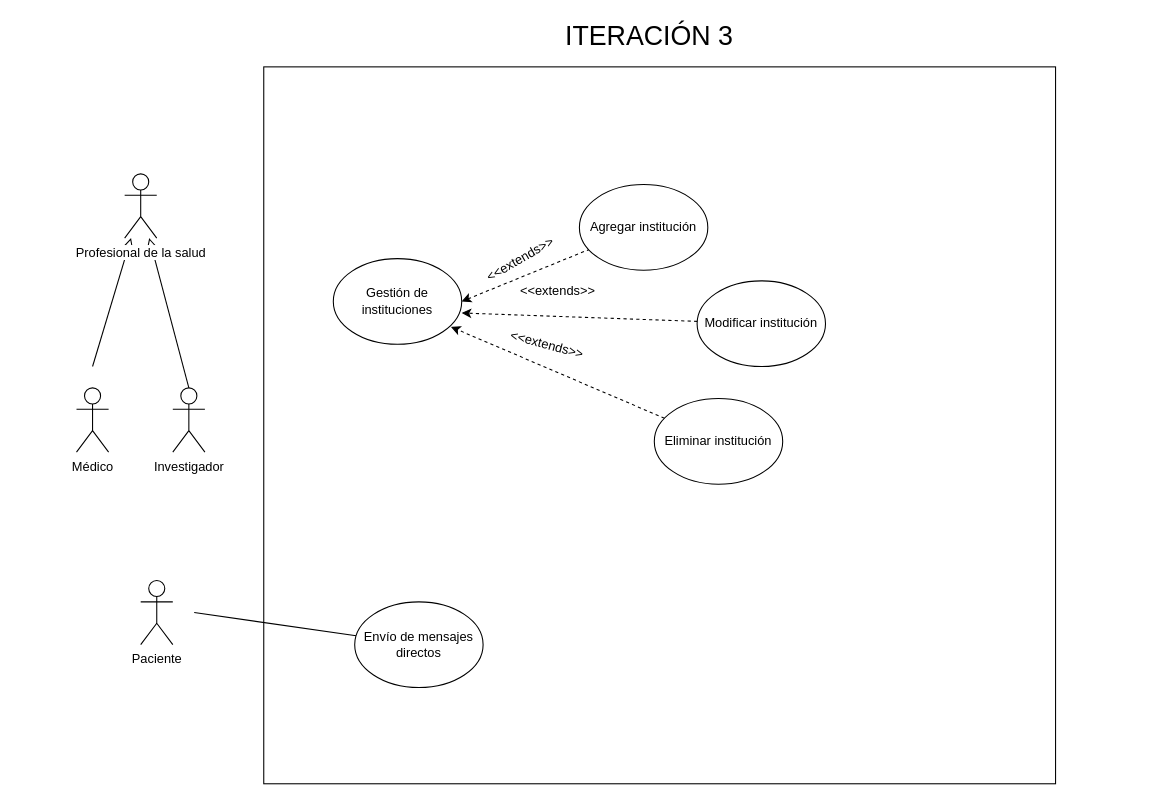
Above: MET/CU-IT3.drawio in NeutronBlast/IS-Ex (draw.io), before the change. Source tidied: cells renumbered, new cells numbered last; positions are measured from the earlier drawing's top-left corner, leaving out a move shared by most shapes. Both pictures are drawn from the tidied source at 107%, with x=0, y=0 at pixel (76, 24).
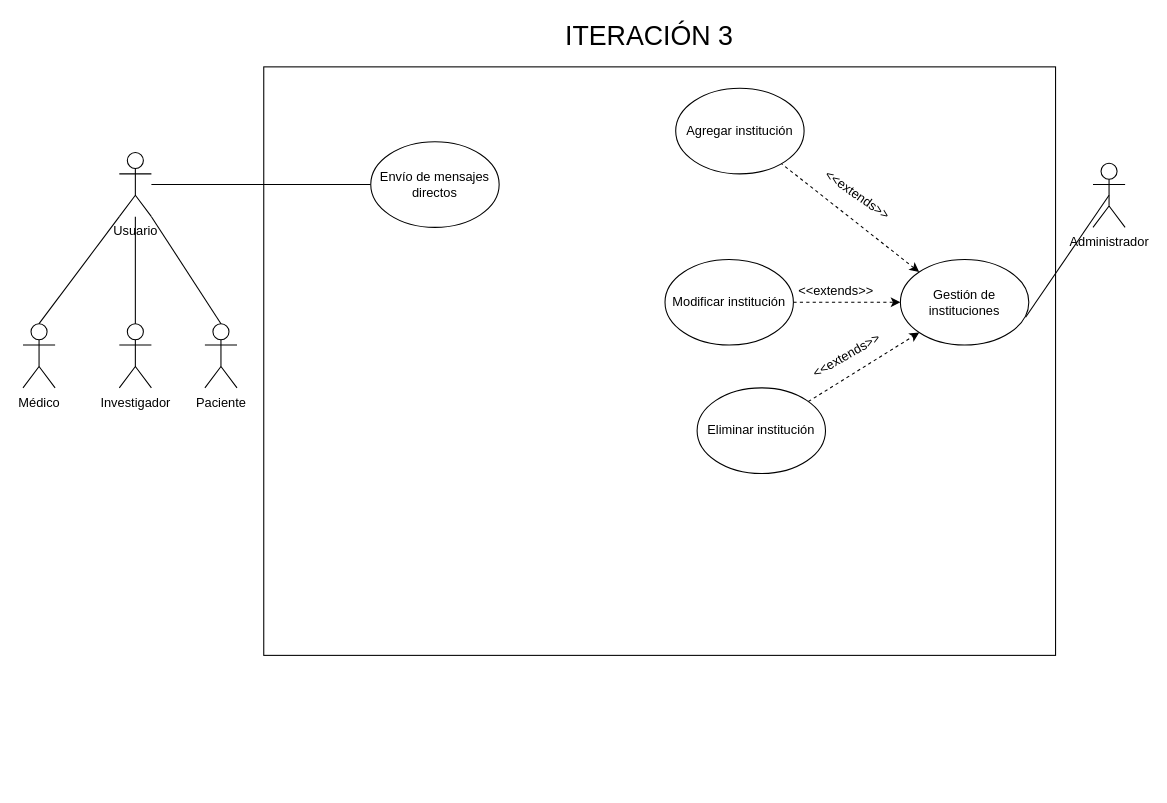
The same page after the edit.

Change to the diagram source:
```diff
@@
     <mxCell id="2" style="whiteSpace=wrap;html=1;" parent="1" vertex="1">
-      <mxGeometry x="175" y="40" width="740" height="670" as="geometry" />
+      <mxGeometry x="175" y="40" width="740" height="550" as="geometry" />
     </mxCell>
@@
-    <mxCell id="4" value="Médico" style="shape=umlActor;verticalLabelPosition=bottom;labelBackgroundColor=#ffffff;verticalAlign=top;html=1;outlineConnect=0;" parent="1" vertex="1">
-      <mxGeometry y="340" width="30" height="60" as="geometry" />
-    </mxCell>
-    <mxCell id="5" style="edgeStyle=none;rounded=0;jettySize=auto;html=1;exitX=0.5;exitY=0;exitDx=0;exitDy=0;exitPerimeter=0;startArrow=none;startFill=0;endArrow=block;endFill=0;" parent="1" edge="1" source="6" target="8">
-      <mxGeometry relative="1" as="geometry" />
-    </mxCell>
-    <mxCell id="6" value="Investigador" style="shape=umlActor;verticalLabelPosition=bottom;labelBackgroundColor=#ffffff;verticalAlign=top;html=1;outlineConnect=0;" parent="1" vertex="1">
-      <mxGeometry x="90" y="340" width="30" height="60" as="geometry" />
-    </mxCell>
-    <mxCell id="7" style="edgeStyle=none;rounded=0;jettySize=auto;html=1;startArrow=block;startFill=0;endArrow=none;endFill=0;" parent="1" edge="1" source="8">
-      <mxGeometry relative="1" as="geometry">
-        <mxPoint x="15" y="320" as="targetPoint" />
-      </mxGeometry>
-    </mxCell>
-    <mxCell id="8" value="Profesional de la salud" style="shape=umlActor;verticalLabelPosition=bottom;labelBackgroundColor=#ffffff;verticalAlign=top;html=1;outlineConnect=0;" parent="1" vertex="1">
-      <mxGeometry x="45" y="140" width="30" height="60" as="geometry" />
-    </mxCell>
-    <mxCell id="9" style="rounded=0;jettySize=auto;html=1;exitX=1;exitY=0.5;exitDx=0;exitDy=0;endArrow=none;endFill=0;startArrow=classic;startFill=1;dashed=1;" parent="1" edge="1" source="10" target="11">
+    <mxCell id="9" style="rounded=0;jettySize=auto;html=1;exitX=0;exitY=0;exitDx=0;exitDy=0;endArrow=none;endFill=0;startArrow=classic;startFill=1;dashed=1;" parent="1" edge="1" source="10" target="11">
       <mxGeometry relative="1" as="geometry" />
     </mxCell>
     <mxCell id="10" value="Gestión de instituciones" style="ellipse;whiteSpace=wrap;html=1;" parent="1" vertex="1">
-      <mxGeometry x="240" y="219.2" width="120" height="80" as="geometry" />
+      <mxGeometry x="770" y="220" width="120" height="80" as="geometry" />
     </mxCell>
     <mxCell id="11" value="Agregar institución" style="ellipse;whiteSpace=wrap;html=1;" parent="1" vertex="1">
-      <mxGeometry x="470" y="150" width="120" height="80" as="geometry" />
+      <mxGeometry x="560" y="60" width="120" height="80" as="geometry" />
     </mxCell>
-    <mxCell id="12" style="edgeStyle=none;rounded=0;jettySize=auto;html=1;dashed=1;startArrow=none;startFill=0;endArrow=classic;endFill=1;" parent="1" edge="1" source="13">
-      <mxGeometry relative="1" as="geometry">
-        <mxPoint x="350" y="283" as="targetPoint" />
-      </mxGeometry>
+    <mxCell id="12" style="edgeStyle=none;rounded=0;jettySize=auto;html=1;dashed=1;startArrow=none;startFill=0;endArrow=classic;endFill=1;entryX=0;entryY=1;entryDx=0;entryDy=0;" parent="1" edge="1" source="13" target="10">
+      <mxGeometry relative="1" as="geometry" />
     </mxCell>
     <mxCell id="13" value="Eliminar institución" style="ellipse;whiteSpace=wrap;html=1;" parent="1" vertex="1">
-      <mxGeometry x="540" y="350" width="120" height="80" as="geometry" />
+      <mxGeometry x="580" y="340" width="120" height="80" as="geometry" />
     </mxCell>
-    <mxCell id="14" style="edgeStyle=none;rounded=0;jettySize=auto;html=1;entryX=1;entryY=0.635;entryDx=0;entryDy=0;entryPerimeter=0;dashed=1;startArrow=none;startFill=0;endArrow=classic;endFill=1;" parent="1" edge="1" source="15" target="10">
+    <mxCell id="14" style="edgeStyle=none;rounded=0;jettySize=auto;html=1;entryX=0;entryY=0.5;entryDx=0;entryDy=0;dashed=1;startArrow=none;startFill=0;endArrow=classic;endFill=1;" parent="1" edge="1" source="15" target="10">
       <mxGeometry relative="1" as="geometry" />
     </mxCell>
     <mxCell id="15" value="Modificar institución" style="ellipse;whiteSpace=wrap;html=1;" parent="1" vertex="1">
-      <mxGeometry x="580" y="240" width="120" height="80" as="geometry" />
+      <mxGeometry x="550" y="220" width="120" height="80" as="geometry" />
     </mxCell>
-    <mxCell id="16" value="&amp;lt;&amp;lt;extends&amp;gt;&amp;gt;" style="text;html=1;strokeColor=none;fillColor=none;align=center;verticalAlign=middle;whiteSpace=wrap;rounded=0;rotation=-30;" parent="1" vertex="1">
-      <mxGeometry x="395" y="210" width="40" height="20" as="geometry" />
+    <mxCell id="16" value="&amp;lt;&amp;lt;extends&amp;gt;&amp;gt;" style="text;html=1;strokeColor=none;fillColor=none;align=center;verticalAlign=middle;whiteSpace=wrap;rounded=0;rotation=35;" parent="1" vertex="1">
+      <mxGeometry x="710" y="150" width="40" height="20" as="geometry" />
     </mxCell>
     <mxCell id="17" value="&amp;lt;&amp;lt;extends&amp;gt;&amp;gt;" style="text;html=1;strokeColor=none;fillColor=none;align=center;verticalAlign=middle;whiteSpace=wrap;rounded=0;rotation=0;" parent="1" vertex="1">
-      <mxGeometry x="430" y="240" width="40" height="20" as="geometry" />
+      <mxGeometry x="690" y="240" width="40" height="20" as="geometry" />
     </mxCell>
-    <mxCell id="18" value="&amp;lt;&amp;lt;extends&amp;gt;&amp;gt;" style="text;html=1;strokeColor=none;fillColor=none;align=center;verticalAlign=middle;whiteSpace=wrap;rounded=0;rotation=15;" parent="1" vertex="1">
-      <mxGeometry x="420" y="290" width="40" height="20" as="geometry" />
+    <mxCell id="18" value="&amp;lt;&amp;lt;extends&amp;gt;&amp;gt;" style="text;html=1;strokeColor=none;fillColor=none;align=center;verticalAlign=middle;whiteSpace=wrap;rounded=0;rotation=-30;" parent="1" vertex="1">
+      <mxGeometry x="700" y="300" width="40" height="20" as="geometry" />
     </mxCell>
     <mxCell id="19" value="Paciente" style="shape=umlActor;verticalLabelPosition=bottom;labelBackgroundColor=#ffffff;verticalAlign=top;html=1;outlineConnect=0;" parent="1" vertex="1">
-      <mxGeometry x="60" y="520" width="30" height="60" as="geometry" />
+      <mxGeometry x="120" y="280" width="30" height="60" as="geometry" />
     </mxCell>
-    <mxCell id="20" style="edgeStyle=none;rounded=0;jettySize=auto;html=1;startArrow=none;startFill=0;endArrow=none;endFill=0;" parent="1" edge="1" source="21">
-      <mxGeometry relative="1" as="geometry">
-        <mxPoint x="110" y="550" as="targetPoint" />
-      </mxGeometry>
+    <mxCell id="20" style="edgeStyle=none;rounded=0;jettySize=auto;html=1;startArrow=none;startFill=0;endArrow=none;endFill=0;" parent="1" edge="1" source="21" target="24">
+      <mxGeometry relative="1" as="geometry" />
     </mxCell>
     <mxCell id="21" value="Envío de mensajes directos" style="ellipse;whiteSpace=wrap;html=1;" parent="1" vertex="1">
-      <mxGeometry x="260" y="540" width="120" height="80" as="geometry" />
+      <mxGeometry x="275" y="110" width="120" height="80" as="geometry" />
     </mxCell>
+    <mxCell id="22" value="Administrador" style="shape=umlActor;verticalLabelPosition=bottom;labelBackgroundColor=#ffffff;verticalAlign=top;html=1;outlineConnect=0;" parent="1" vertex="1">
+      <mxGeometry x="950" y="130" width="30" height="60" as="geometry" />
+    </mxCell>
+    <mxCell id="23" style="edgeStyle=none;rounded=0;jettySize=auto;html=1;startArrow=none;startFill=0;endArrow=none;endFill=0;entryX=0.975;entryY=0.675;entryDx=0;entryDy=0;entryPerimeter=0;exitX=0.5;exitY=0.5;exitDx=0;exitDy=0;exitPerimeter=0;" parent="1" edge="1" source="22" target="10">
+      <mxGeometry relative="1" as="geometry" />
+    </mxCell>
+    <mxCell id="4" value="Médico" style="shape=umlActor;verticalLabelPosition=bottom;labelBackgroundColor=#ffffff;verticalAlign=top;html=1;outlineConnect=0;" parent="1" vertex="1">
+      <mxGeometry x="-50" y="280" width="30" height="60" as="geometry" />
+    </mxCell>
+    <mxCell id="6" value="Investigador" style="shape=umlActor;verticalLabelPosition=bottom;labelBackgroundColor=#ffffff;verticalAlign=top;html=1;outlineConnect=0;" parent="1" vertex="1">
+      <mxGeometry x="40" y="280" width="30" height="60" as="geometry" />
+    </mxCell>
+    <mxCell id="24" value="Usuario" style="shape=umlActor;verticalLabelPosition=bottom;labelBackgroundColor=#ffffff;verticalAlign=top;html=1;outlineConnect=0;" parent="1" vertex="1">
+      <mxGeometry x="40" y="120" width="30" height="60" as="geometry" />
+    </mxCell>
+    <mxCell id="25" style="endArrow=none;html=1;exitX=0.5;exitY=0;exitDx=0;exitDy=0;exitPerimeter=0;entryX=0;entryY=1;entryDx=0;entryDy=0;entryPerimeter=0;" parent="1" edge="1" source="4" target="24">
+      <mxGeometry relative="1" as="geometry" />
+    </mxCell>
+    <mxCell id="26" style="endArrow=none;html=1;exitX=0.5;exitY=0;exitDx=0;exitDy=0;exitPerimeter=0;" parent="1" edge="1" source="6" target="24">
+      <mxGeometry relative="1" as="geometry" />
+    </mxCell>
+    <mxCell id="27" style="endArrow=none;html=1;exitX=0.5;exitY=0;exitDx=0;exitDy=0;exitPerimeter=0;entryX=1;entryY=1;entryDx=0;entryDy=0;entryPerimeter=0;" parent="1" edge="1" source="19" target="24">
+      <mxGeometry relative="1" as="geometry" />
+    </mxCell>
```
